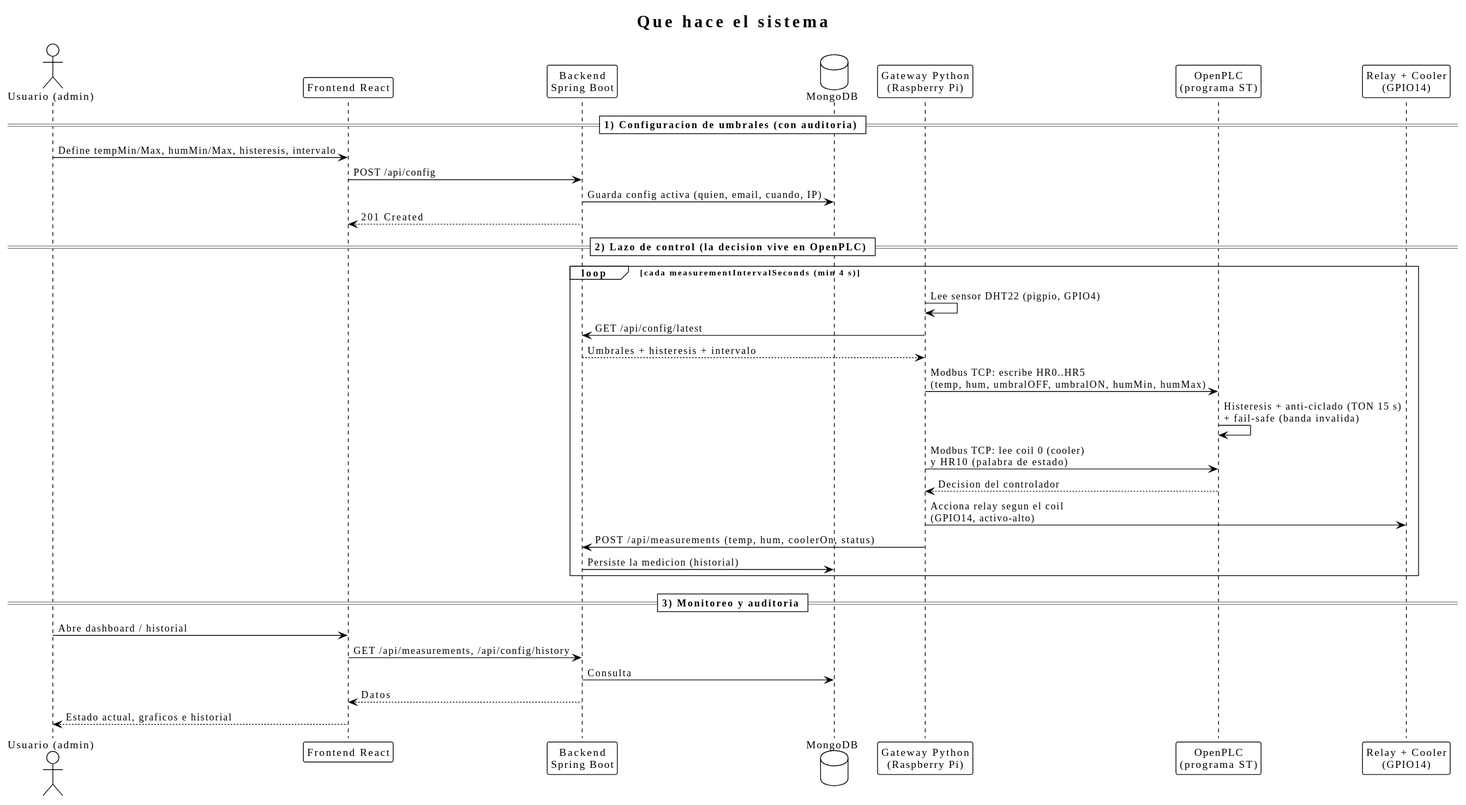
Above: docs/uml/sequence.svg in andinogabriel/plc-control-backend (PlantUML), before the change.
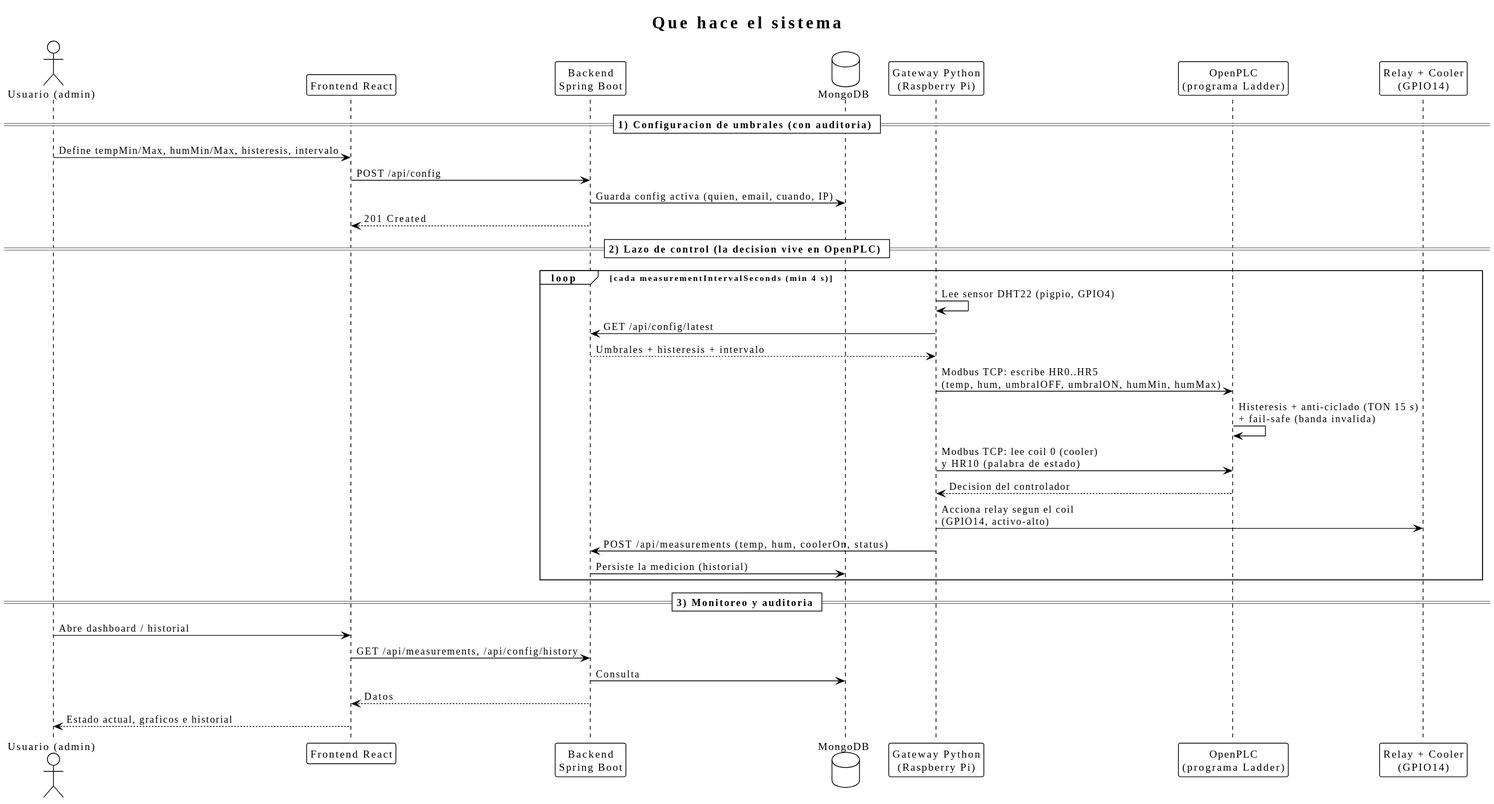
Above is the later version.

Commit message:
docs(uml): relabel the OpenPLC control program as Ladder (LD) (#62)

Change to the diagram source:
```diff
@@ -9,7 +9,7 @@
 participant "Backend\nSpring Boot" as API
 database "MongoDB" as DB
 participant "Gateway Python\n(Raspberry Pi)" as GW
-participant "OpenPLC\n(programa ST)" as PLC
+participant "OpenPLC\n(programa Ladder)" as PLC
 participant "Relay + Cooler\n(GPIO14)" as HW
 
 == 1) Configuracion de umbrales (con auditoria) ==
```
